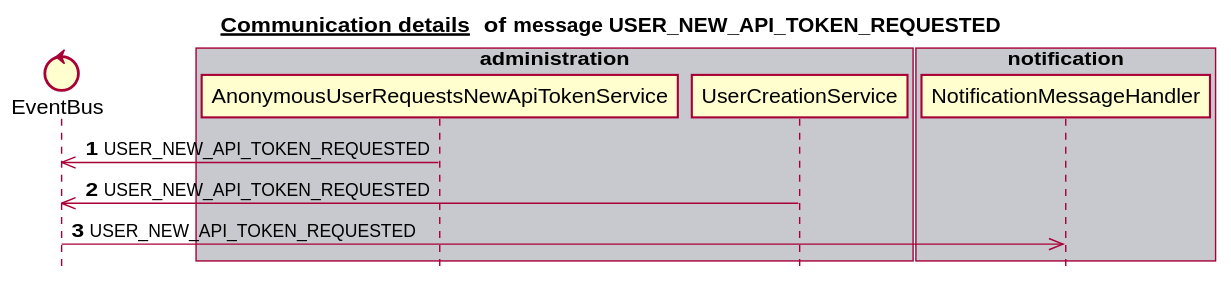
This is docs/latest/images/gen_domain_messaging_user_new_api_token_requested.svg from mercedes-benz/sechub, a PlantUML export, as it was before one commit.
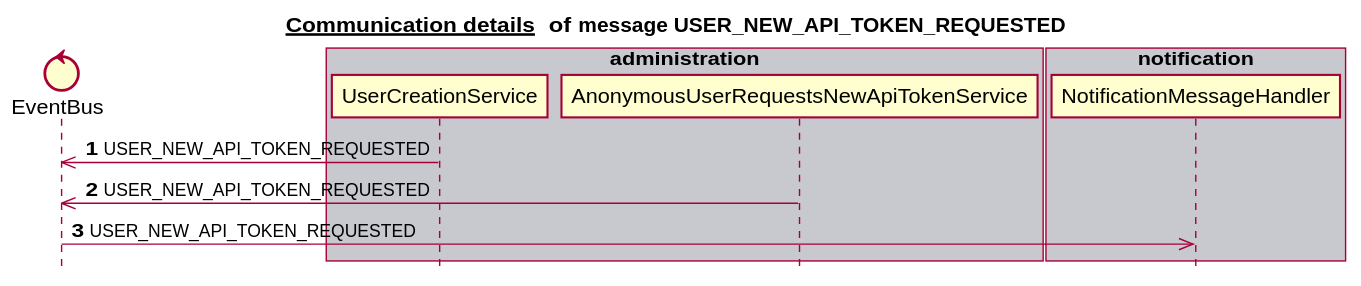
The same diagram one commit later.

What changed in the source:
```diff
@@ -6,22 +6,22 @@
 
 
 control EventBus
+box "administration" #C8C8CF
+   participant UserCreationService
+   participant AnonymousUserRequestsNewApiTokenService
+end box
+box "schedule" #F8F8FF
+end box
 box "authorization" #C8C8CF
 end box
 box "scan" #F8F8FF
-end box
-box "administration" #C8C8CF
-   participant AnonymousUserRequestsNewApiTokenService
-   participant UserCreationService
-end box
-box "schedule" #F8F8FF
 end box
 box "notification" #C8C8CF
    participant NotificationMessageHandler
 end box
 autonumber 1
+UserCreationService ->> EventBus:USER_NEW_API_TOKEN_REQUESTED
 AnonymousUserRequestsNewApiTokenService ->> EventBus:USER_NEW_API_TOKEN_REQUESTED
-UserCreationService ->> EventBus:USER_NEW_API_TOKEN_REQUESTED
 EventBus ->> NotificationMessageHandler:USER_NEW_API_TOKEN_REQUESTED
 autonumber stop
 
```
